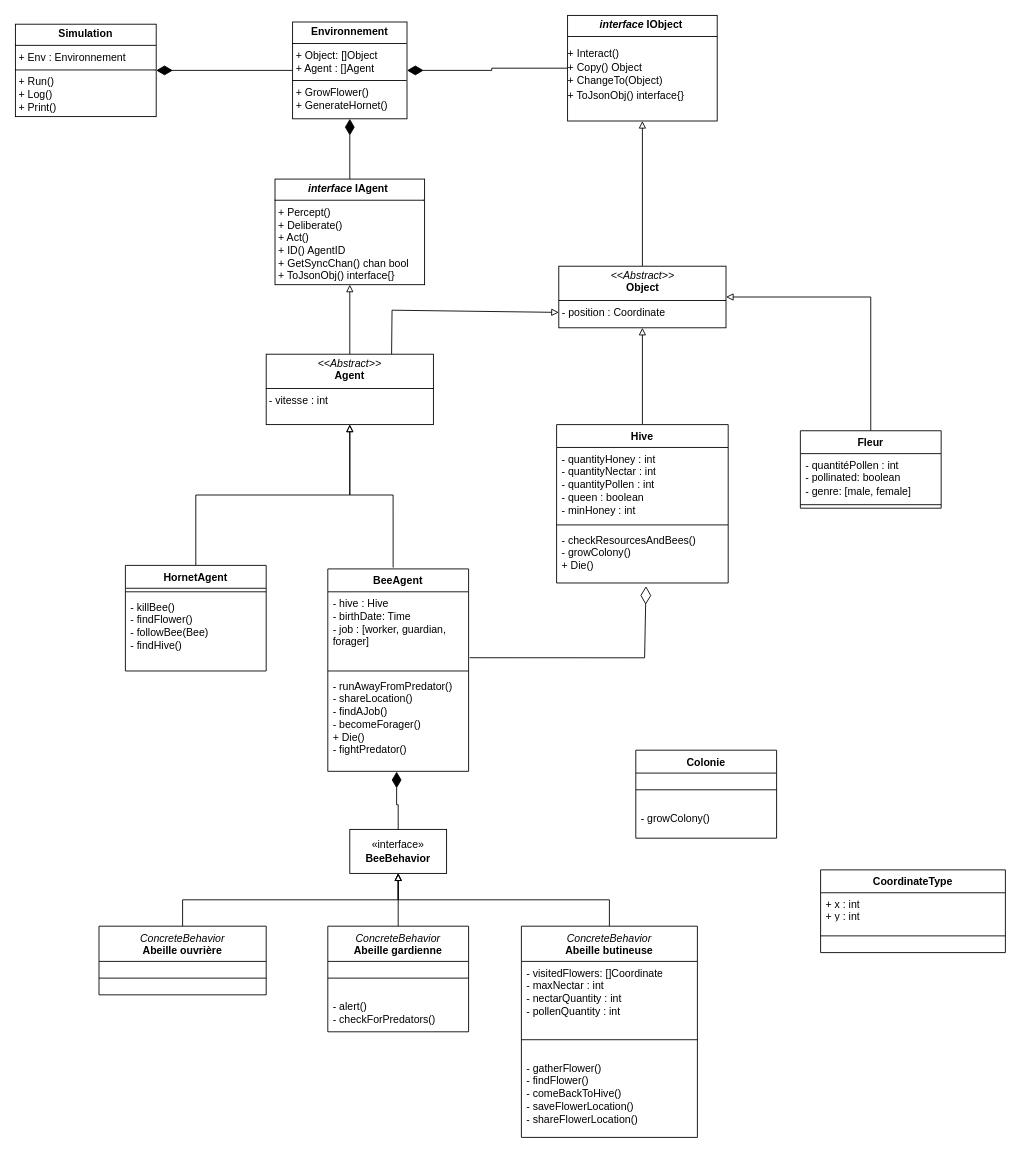
Before: architecture/simu_bees_uml.drawio in vlkduro/multi-agent-system, a draw.io diagram. Source tidied: cells renumbered, new cells numbered last; positions are measured from the earlier drawing's top-left corner, leaving out a move shared by most shapes. Both pictures are drawn from the tidied source at 88%, with x=0, y=0 at pixel (15, 15).
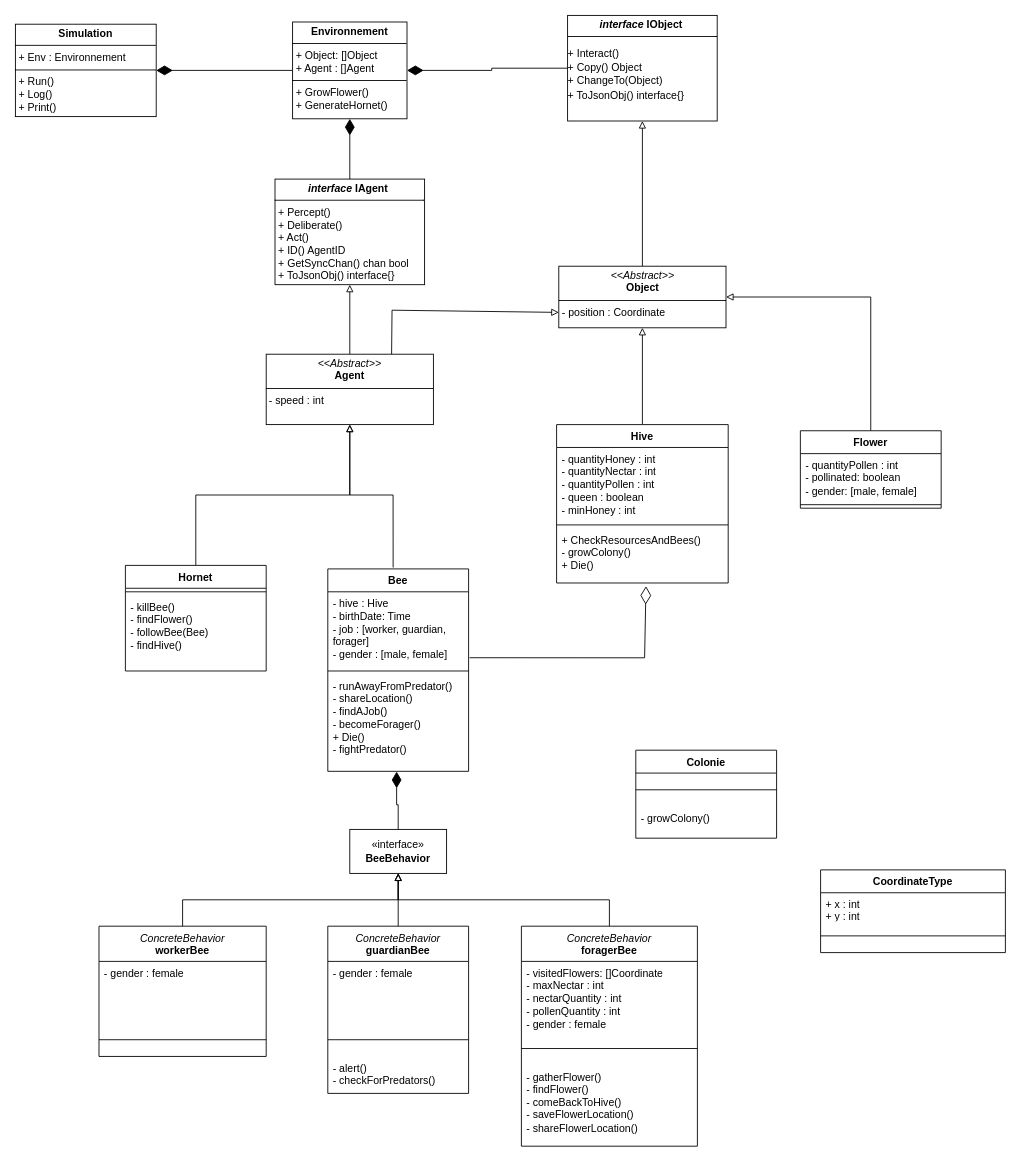
Above is the later version.

Commit message (it also covers changes not shown here):
docs: update UML in english + sources in readme

Unchanged cells that the change refers to:
```xml
<mxCell id="24" value="Hive" style="swimlane;fontStyle=1;align=center;verticalAlign=top;horizontal=1;startSize=26;whiteSpace=wrap;html=1;" parent="1" vertex="1">
  <mxGeometry x="615" y="465" width="195" height="180" as="geometry" />
</mxCell>
```

Diff of the diagram source:
```diff
@@
-    <mxCell id="6" value="HornetAgent" style="swimlane;fontStyle=1;align=center;verticalAlign=top;horizontal=1;startSize=26;whiteSpace=wrap;html=1;" parent="1" vertex="1">
+    <mxCell id="6" value="Hornet" style="swimlane;fontStyle=1;align=center;verticalAlign=top;horizontal=1;startSize=26;whiteSpace=wrap;html=1;" parent="1" vertex="1">
       <mxGeometry x="125" y="625" width="160" height="120" as="geometry" />
     </mxCell>
@@
-    <mxCell id="11" value="&lt;p style=&quot;margin:0px;margin-top:4px;text-align:center;&quot;&gt;&lt;i&gt;&amp;lt;&amp;lt;Abstract&amp;gt;&amp;gt;&lt;/i&gt;&lt;br&gt;&lt;b&gt;Agent&lt;/b&gt;&lt;/p&gt;&lt;hr size=&quot;1&quot; style=&quot;border-style:solid;&quot;&gt;&lt;div&gt;&lt;span style=&quot;background-color: initial;&quot;&gt;&amp;nbsp;- vitesse : int&lt;/span&gt;&lt;/div&gt;" style="verticalAlign=top;align=left;overflow=fill;html=1;whiteSpace=wrap;" parent="1" vertex="1">
+    <mxCell id="11" value="&lt;p style=&quot;margin:0px;margin-top:4px;text-align:center;&quot;&gt;&lt;i&gt;&amp;lt;&amp;lt;Abstract&amp;gt;&amp;gt;&lt;/i&gt;&lt;br&gt;&lt;b&gt;Agent&lt;/b&gt;&lt;/p&gt;&lt;hr size=&quot;1&quot; style=&quot;border-style:solid;&quot;&gt;&lt;div&gt;&lt;span style=&quot;background-color: initial;&quot;&gt;&amp;nbsp;- speed : int&lt;/span&gt;&lt;/div&gt;" style="verticalAlign=top;align=left;overflow=fill;html=1;whiteSpace=wrap;" parent="1" vertex="1">
       <mxGeometry x="285" y="385" width="190" height="80" as="geometry" />
     </mxCell>
@@
-    <mxCell id="20" value="Fleur" style="swimlane;fontStyle=1;align=center;verticalAlign=top;horizontal=1;startSize=26;whiteSpace=wrap;html=1;" parent="1" vertex="1">
+    <mxCell id="20" value="Flower" style="swimlane;fontStyle=1;align=center;verticalAlign=top;horizontal=1;startSize=26;whiteSpace=wrap;html=1;" parent="1" vertex="1">
       <mxGeometry x="892" y="472" width="160" height="88" as="geometry" />
     </mxCell>
-    <mxCell id="21" value="- quantitéPollen : int&lt;br&gt;- pollinated: boolean&lt;br&gt;- genre: [male, female]" style="text;strokeColor=none;fillColor=none;align=left;verticalAlign=top;spacingLeft=4;spacingRight=4;overflow=hidden;whiteSpace=wrap;html=1;" parent="20" vertex="1">
+    <mxCell id="21" value="- quantityPollen : int&lt;br&gt;- pollinated: boolean&lt;br&gt;- gender: [male, female]" style="text;strokeColor=none;fillColor=none;align=left;verticalAlign=top;spacingLeft=4;spacingRight=4;overflow=hidden;whiteSpace=wrap;html=1;" parent="20" vertex="1">
       <mxGeometry y="26" width="160" height="54" as="geometry" />
     </mxCell>
@@
-    <mxCell id="27" value="- checkResourcesAndBees()&lt;br&gt;- growColony()&lt;br&gt;+ Die()" style="text;strokeColor=none;fillColor=none;align=left;verticalAlign=top;spacingLeft=4;spacingRight=4;overflow=hidden;points=[[0,0.5],[1,0.5]];portConstraint=eastwest;whiteSpace=wrap;html=1;" parent="24" vertex="1">
+    <mxCell id="27" value="+ CheckResourcesAndBees()&lt;br&gt;- growColony()&lt;br&gt;+ Die()" style="text;strokeColor=none;fillColor=none;align=left;verticalAlign=top;spacingLeft=4;spacingRight=4;overflow=hidden;points=[[0,0.5],[1,0.5]];portConstraint=eastwest;whiteSpace=wrap;html=1;" parent="24" vertex="1">
       <mxGeometry y="118" width="195" height="62" as="geometry" />
     </mxCell>
@@
-    <mxCell id="37" value="&lt;i style=&quot;font-weight: 400;&quot;&gt;ConcreteBehavior&lt;/i&gt;&lt;div style=&quot;&quot;&gt;Abeille ouvrière&lt;/div&gt;" style="swimlane;fontStyle=1;align=center;verticalAlign=top;horizontal=1;startSize=40;whiteSpace=wrap;html=1;" parent="1" vertex="1">
-      <mxGeometry x="95" y="1035" width="190" height="78" as="geometry" />
+    <mxCell id="37" value="&lt;i style=&quot;font-weight: 400;&quot;&gt;ConcreteBehavior&lt;/i&gt;&lt;div style=&quot;&quot;&gt;workerBee&lt;/div&gt;" style="swimlane;fontStyle=1;align=center;verticalAlign=top;horizontal=1;startSize=40;whiteSpace=wrap;html=1;" parent="1" vertex="1">
+      <mxGeometry x="95" y="1035" width="190" height="148" as="geometry" />
     </mxCell>
+    <mxCell id="53" value="- gender : female" style="text;strokeColor=none;fillColor=none;align=left;verticalAlign=top;spacingLeft=4;spacingRight=4;overflow=hidden;whiteSpace=wrap;html=1;" parent="37" vertex="1">
+      <mxGeometry y="40" width="190" height="70" as="geometry" />
+    </mxCell>
     <mxCell id="38" style="line;strokeWidth=1;fillColor=none;align=left;verticalAlign=middle;spacingTop=-1;spacingLeft=3;spacingRight=3;labelPosition=right;strokeColor=inherit;" parent="37" vertex="1">
-      <mxGeometry y="40" width="190" height="38" as="geometry" />
+      <mxGeometry y="110" width="190" height="38" as="geometry" />
     </mxCell>
-    <mxCell id="39" value="&lt;i style=&quot;font-weight: 400;&quot;&gt;ConcreteBehavior&lt;/i&gt;&lt;div style=&quot;&quot;&gt;Abeille gardienne&lt;/div&gt;" style="swimlane;fontStyle=1;align=center;verticalAlign=top;horizontal=1;startSize=40;whiteSpace=wrap;html=1;" parent="1" vertex="1">
-      <mxGeometry x="355" y="1035" width="160" height="120" as="geometry" />
+    <mxCell id="39" value="&lt;i style=&quot;font-weight: 400;&quot;&gt;ConcreteBehavior&lt;/i&gt;&lt;div style=&quot;&quot;&gt;guardianBee&lt;/div&gt;" style="swimlane;fontStyle=1;align=center;verticalAlign=top;horizontal=1;startSize=40;whiteSpace=wrap;html=1;" parent="1" vertex="1">
+      <mxGeometry x="355" y="1035" width="160" height="190" as="geometry" />
     </mxCell>
+    <mxCell id="54" value="- gender : female" style="text;strokeColor=none;fillColor=none;align=left;verticalAlign=top;spacingLeft=4;spacingRight=4;overflow=hidden;whiteSpace=wrap;html=1;" parent="39" vertex="1">
+      <mxGeometry y="40" width="160" height="70" as="geometry" />
+    </mxCell>
     <mxCell id="40" style="line;strokeWidth=1;fillColor=none;align=left;verticalAlign=middle;spacingTop=-1;spacingLeft=3;spacingRight=3;labelPosition=right;strokeColor=inherit;" parent="39" vertex="1">
-      <mxGeometry y="40" width="160" height="38" as="geometry" />
+      <mxGeometry y="110" width="160" height="38" as="geometry" />
     </mxCell>
     <mxCell id="41" value="- alert&lt;span style=&quot;background-color: initial;&quot;&gt;()&lt;br&gt;- checkForPredators()&lt;br&gt;&lt;/span&gt;" style="text;strokeColor=none;fillColor=none;align=left;verticalAlign=top;spacingLeft=4;spacingRight=4;overflow=hidden;whiteSpace=wrap;html=1;" parent="39" vertex="1">
-      <mxGeometry y="78" width="160" height="42" as="geometry" />
+      <mxGeometry y="148" width="160" height="42" as="geometry" />
     </mxCell>
-    <mxCell id="42" value="&lt;i style=&quot;font-weight: 400;&quot;&gt;ConcreteBehavior&lt;/i&gt;&lt;div style=&quot;&quot;&gt;Abeille butineuse&lt;/div&gt;" style="swimlane;fontStyle=1;align=center;verticalAlign=top;horizontal=1;startSize=40;whiteSpace=wrap;html=1;" parent="1" vertex="1">
-      <mxGeometry x="575" y="1035" width="200" height="240" as="geometry" />
+    <mxCell id="42" value="&lt;i style=&quot;font-weight: 400;&quot;&gt;ConcreteBehavior&lt;/i&gt;&lt;div style=&quot;&quot;&gt;foragerBee&lt;/div&gt;" style="swimlane;fontStyle=1;align=center;verticalAlign=top;horizontal=1;startSize=40;whiteSpace=wrap;html=1;" parent="1" vertex="1">
+      <mxGeometry x="575" y="1035" width="200" height="250" as="geometry" />
     </mxCell>
-    <mxCell id="43" value="- visitedFlowers: []Coordinate&lt;br&gt;&lt;div&gt;- maxNectar : int&lt;/div&gt;&lt;div&gt;- nectarQuantity : int&lt;/div&gt;&lt;div&gt;- pollenQuantity : int&lt;/div&gt;" style="text;strokeColor=none;fillColor=none;align=left;verticalAlign=top;spacingLeft=4;spacingRight=4;overflow=hidden;whiteSpace=wrap;html=1;" parent="42" vertex="1">
-      <mxGeometry y="40" width="200" height="70" as="geometry" />
+    <mxCell id="43" value="- visitedFlowers: []Coordinate&lt;br&gt;&lt;div&gt;- maxNectar : int&lt;/div&gt;&lt;div&gt;- nectarQuantity : int&lt;/div&gt;&lt;div&gt;- pollenQuantity : int&lt;/div&gt;&lt;div&gt;- gender : female&lt;/div&gt;" style="text;strokeColor=none;fillColor=none;align=left;verticalAlign=top;spacingLeft=4;spacingRight=4;overflow=hidden;whiteSpace=wrap;html=1;" parent="42" vertex="1">
+      <mxGeometry y="40" width="200" height="80" as="geometry" />
     </mxCell>
     <mxCell id="44" style="line;strokeWidth=1;fillColor=none;align=left;verticalAlign=middle;spacingTop=-1;spacingLeft=3;spacingRight=3;labelPosition=right;strokeColor=inherit;" parent="42" vertex="1">
-      <mxGeometry y="110" width="200" height="38" as="geometry" />
+      <mxGeometry y="120" width="200" height="38" as="geometry" />
     </mxCell>
     <mxCell id="45" value="- gatherFlower()&lt;div&gt;- findFlower()&lt;/div&gt;&lt;div&gt;- comeBackToHive()&lt;/div&gt;&lt;div&gt;- saveFlowerLocation()&lt;/div&gt;&lt;div&gt;- shareFlowerLocation()&lt;/div&gt;" style="text;strokeColor=none;fillColor=none;align=left;verticalAlign=top;spacingLeft=4;spacingRight=4;overflow=hidden;whiteSpace=wrap;html=1;" parent="42" vertex="1">
-      <mxGeometry y="148" width="200" height="92" as="geometry" />
+      <mxGeometry y="158" width="200" height="92" as="geometry" />
     </mxCell>
-    <mxCell id="46" value="BeeAgent" style="swimlane;fontStyle=1;align=center;verticalAlign=top;horizontal=1;startSize=26;whiteSpace=wrap;html=1;" parent="1" vertex="1">
+    <mxCell id="46" value="Bee" style="swimlane;fontStyle=1;align=center;verticalAlign=top;horizontal=1;startSize=26;whiteSpace=wrap;html=1;" parent="1" vertex="1">
       <mxGeometry x="355" y="629" width="160" height="230" as="geometry" />
     </mxCell>
-    <mxCell id="47" value="&lt;div&gt;- hive : Hive&lt;br&gt;&lt;/div&gt;&lt;div&gt;- birthDate: Time&lt;/div&gt;&lt;div&gt;&lt;span style=&quot;background-color: initial;&quot;&gt;- job : [worker, guardian, forager]&lt;/span&gt;&lt;br&gt;&lt;/div&gt;" style="text;strokeColor=none;fillColor=none;align=left;verticalAlign=top;spacingLeft=4;spacingRight=4;overflow=hidden;points=[[0,0.5],[1,0.5]];portConstraint=eastwest;whiteSpace=wrap;html=1;" parent="46" vertex="1">
+    <mxCell id="47" value="&lt;div&gt;- hive : Hive&lt;br&gt;&lt;/div&gt;&lt;div&gt;- birthDate: Time&lt;/div&gt;&lt;div&gt;&lt;span style=&quot;background-color: initial;&quot;&gt;- job : [worker, guardian, forager]&lt;/span&gt;&lt;br&gt;&lt;/div&gt;&lt;div&gt;&lt;span style=&quot;background-color: initial;&quot;&gt;- gender : [male, female]&lt;/span&gt;&lt;/div&gt;" style="text;strokeColor=none;fillColor=none;align=left;verticalAlign=top;spacingLeft=4;spacingRight=4;overflow=hidden;points=[[0,0.5],[1,0.5]];portConstraint=eastwest;whiteSpace=wrap;html=1;" parent="46" vertex="1">
       <mxGeometry y="26" width="160" height="86" as="geometry" />
     </mxCell>
```
